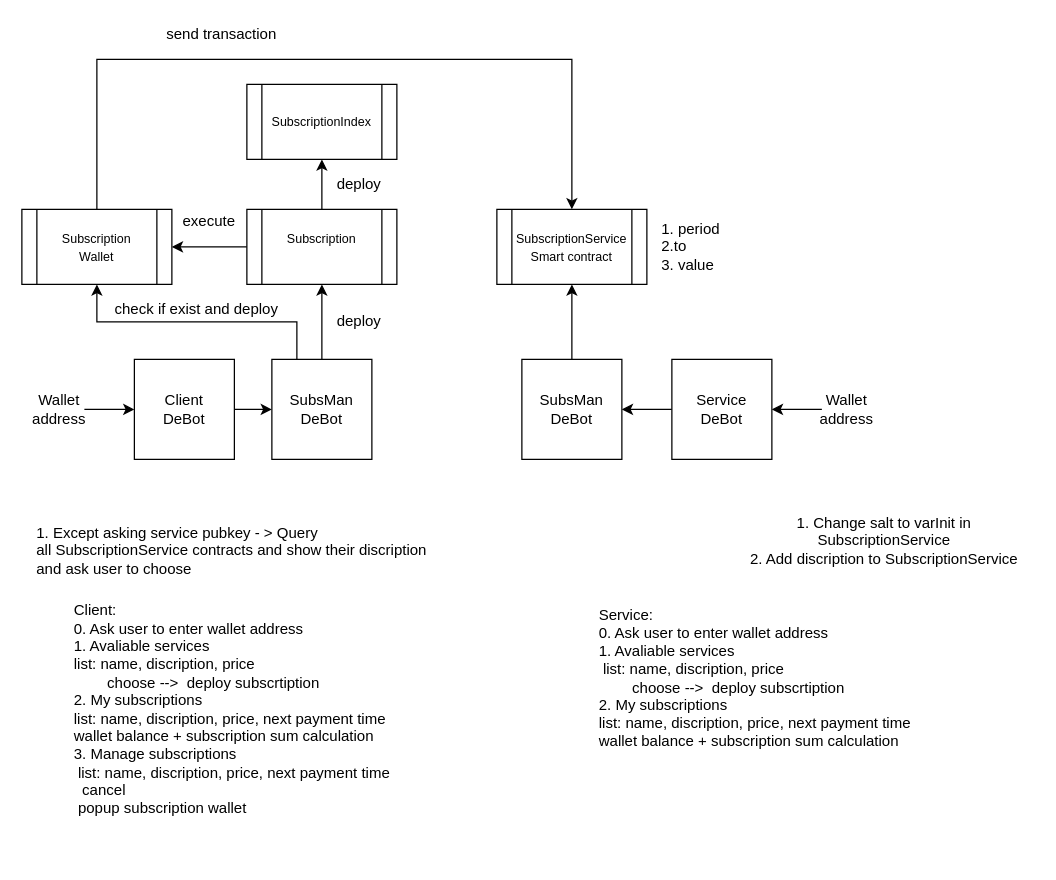
Above: SubscriptionManager.drawio in SkySonR/draw.io (draw.io), before the change. Source tidied: cells renumbered, new cells numbered last; positions are measured from the earlier drawing's top-left corner, leaving out a move shared by most shapes. Both pictures are drawn from the tidied source at 125%, with x=0, y=0 at pixel (21, 21).
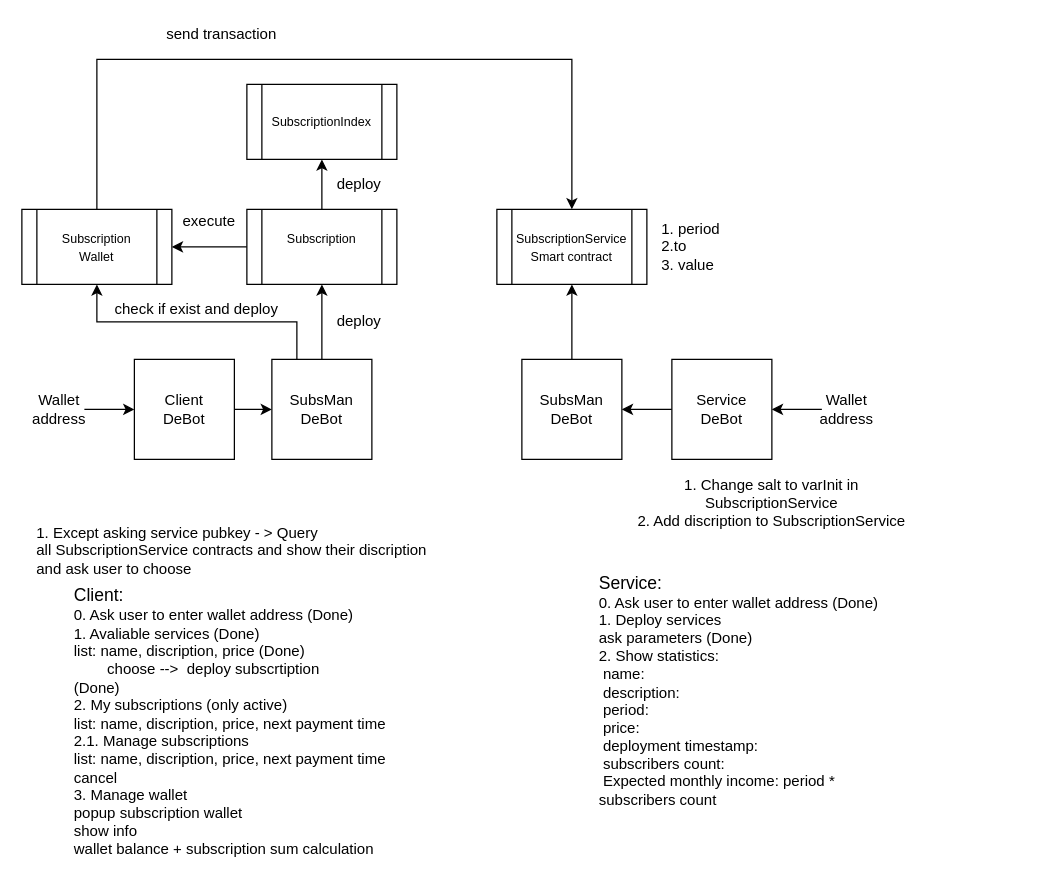
The same page after the edit.

Change to the diagram source:
```diff
@@
     <mxCell id="14" value="1. Change salt to varInit in SubscriptionService&lt;br&gt;2. Add discription to SubscriptionService" style="text;html=1;strokeColor=none;fillColor=none;align=center;verticalAlign=middle;whiteSpace=wrap;rounded=0;" parent="1" vertex="1">
-      <mxGeometry x="570" y="390" width="240" height="50" as="geometry" />
+      <mxGeometry x="480" y="360" width="240" height="50" as="geometry" />
     </mxCell>
@@
-    <mxCell id="30" value="Client:&lt;br&gt;0. Ask user to enter wallet address&lt;br&gt;&lt;div&gt;&lt;span&gt;1. Avaliable services&lt;br&gt;&lt;span&gt; &lt;/span&gt;&lt;span&gt; &lt;/span&gt;&lt;span&gt; &lt;/span&gt;list: name, discription, price&lt;br&gt;&amp;nbsp; &amp;nbsp; &amp;nbsp; &amp;nbsp; choose --&amp;gt;&amp;nbsp; deploy subscrtiption&lt;/span&gt;&lt;/div&gt;&lt;div&gt;&lt;/div&gt;&lt;div&gt;&lt;span&gt;2. My subscriptions&lt;br&gt;&lt;/span&gt;&lt;/div&gt;&lt;span&gt; &lt;/span&gt;&lt;span&gt; &lt;/span&gt;list: name, discription, price, next payment time&lt;span&gt; &lt;/span&gt;&lt;br&gt;&lt;span&gt; &lt;/span&gt;&lt;span&gt; &lt;/span&gt;wallet balance + subscription sum calculation&lt;br&gt;3. Manage subscriptions&lt;br&gt;&lt;span style=&quot;white-space: pre&quot;&gt; &lt;/span&gt;list: name, discription, price, next payment time&lt;br&gt;&lt;span style=&quot;white-space: pre&quot;&gt; &lt;/span&gt;&lt;span style=&quot;white-space: pre&quot;&gt; &lt;/span&gt;cancel&lt;br&gt;&lt;span style=&quot;white-space: pre&quot;&gt; &lt;/span&gt;popup subscription wallet" style="text;html=1;align=left;verticalAlign=middle;strokeColor=none;" parent="1" vertex="1">
-      <mxGeometry x="40" y="465" width="290" height="170" as="geometry" />
+    <mxCell id="30" value="&lt;font style=&quot;font-size: 14px&quot;&gt;Client:&lt;br&gt;&lt;/font&gt;0. Ask user to enter wallet address (Done)&lt;br&gt;&lt;div&gt;&lt;span&gt;1. Avaliable services&amp;nbsp;&lt;/span&gt;(Done)&lt;span&gt;&lt;br&gt;&lt;span&gt; &lt;/span&gt;&lt;span&gt; &lt;/span&gt;&lt;span&gt; &lt;/span&gt;list: name, discription, price&amp;nbsp;&lt;/span&gt;(Done)&lt;span&gt;&lt;br&gt;&amp;nbsp; &amp;nbsp; &amp;nbsp; &amp;nbsp; choose --&amp;gt;&amp;nbsp; deploy subscrtiption&lt;/span&gt;&lt;/div&gt;(Done)&lt;span&gt;&amp;nbsp;&lt;/span&gt;&lt;br&gt;&lt;div&gt;&lt;/div&gt;&lt;div&gt;&lt;span&gt;2. My subscriptions (only active)&lt;br&gt;&lt;/span&gt;&lt;/div&gt;&lt;span&gt; &lt;/span&gt;&lt;span&gt; &lt;/span&gt;list: name, discription, price, next payment time&lt;span&gt; &lt;/span&gt;&lt;br&gt;2.1. Manage subscriptions&lt;br&gt;&lt;span&gt; &lt;/span&gt;list: name, discription, price, next payment time&lt;br&gt;&lt;span&gt; &lt;/span&gt;&lt;span&gt; &lt;/span&gt;cancel&lt;br&gt;3. Manage wallet&lt;br&gt;popup subscription wallet&lt;br&gt;show info&lt;br&gt;wallet balance + subscription sum calculation" style="text;html=1;align=left;verticalAlign=middle;strokeColor=none;" parent="1" vertex="1">
+      <mxGeometry x="40" y="450" width="260" height="220" as="geometry" />
     </mxCell>
-    <mxCell id="31" value="Service:&lt;br&gt;0. Ask user to enter wallet address&lt;br&gt;&lt;div&gt;&lt;span&gt;1. Avaliable services&lt;br&gt;&lt;span&gt; &lt;/span&gt;&lt;span&gt; &lt;/span&gt;&lt;span style=&quot;white-space: pre&quot;&gt; &lt;/span&gt;list: name, discription, price&lt;br&gt;&amp;nbsp; &amp;nbsp; &amp;nbsp; &amp;nbsp; choose --&amp;gt;&amp;nbsp; deploy subscrtiption&lt;/span&gt;&lt;/div&gt;&lt;div&gt;&lt;/div&gt;&lt;div&gt;&lt;span&gt;2. My subscriptions&lt;br&gt;&lt;/span&gt;&lt;/div&gt;&lt;span&gt; &lt;/span&gt;list: name, discription, price, next payment time&lt;br&gt;&lt;span&gt; &lt;/span&gt;wallet balance + subscription sum calculation" style="text;html=1;align=left;verticalAlign=middle;strokeColor=none;" parent="1" vertex="1">
-      <mxGeometry x="460" y="465" width="260" height="120" as="geometry" />
+    <mxCell id="31" value="&lt;font style=&quot;font-size: 14px&quot;&gt;Service:&lt;br&gt;&lt;/font&gt;0. Ask user to enter wallet address (Done)&lt;br&gt;&lt;div&gt;&lt;span&gt;1. Deploy services&lt;br&gt;&lt;span&gt; &lt;/span&gt;ask parameters (Done)&lt;br&gt;2. Show statistics:&lt;br&gt;&lt;span style=&quot;white-space: pre&quot;&gt; &lt;/span&gt;name:&lt;br&gt;&lt;span style=&quot;white-space: pre&quot;&gt; &lt;/span&gt;description:&lt;br&gt;&lt;span style=&quot;white-space: pre&quot;&gt; &lt;/span&gt;period:&lt;/span&gt;&lt;/div&gt;&lt;div&gt;&lt;span&gt;&lt;span style=&quot;white-space: pre&quot;&gt; &lt;/span&gt;price:&lt;/span&gt;&lt;/div&gt;&lt;div&gt;&lt;span&gt;&lt;span style=&quot;white-space: pre&quot;&gt; &lt;/span&gt;deployment timestamp:&amp;nbsp;&lt;/span&gt;&lt;/div&gt;&lt;div&gt;&lt;span&gt;&lt;span&gt; &lt;/span&gt;&lt;span style=&quot;white-space: pre&quot;&gt; &lt;/span&gt;subscribers count:&amp;nbsp;&lt;br&gt;&lt;span&gt; &lt;/span&gt;&lt;span style=&quot;white-space: pre&quot;&gt; &lt;/span&gt;Expected monthly income: period *&amp;nbsp;&lt;/span&gt;&lt;/div&gt;subscribers count" style="text;html=1;align=left;verticalAlign=middle;strokeColor=none;" parent="1" vertex="1">
+      <mxGeometry x="460" y="440" width="240" height="190" as="geometry" />
     </mxCell>
```
